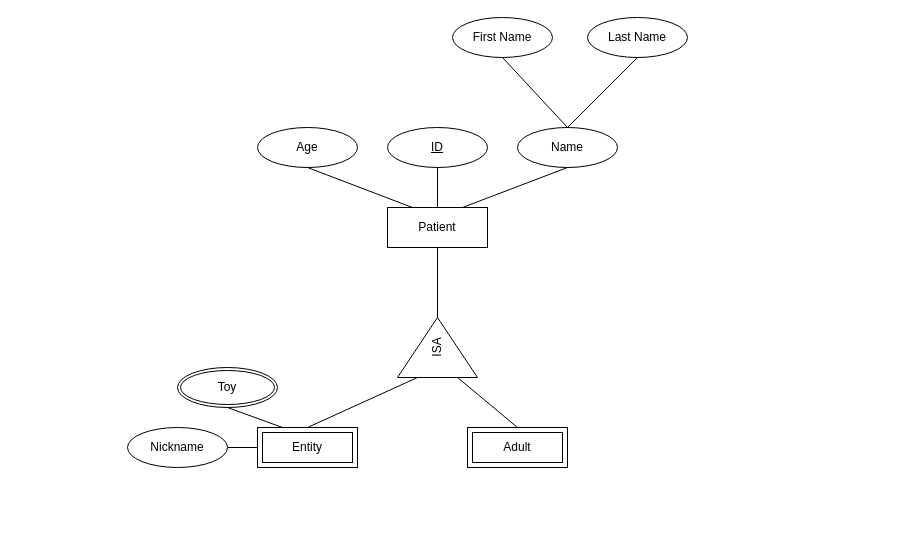
karma-riuk/DM_Assignments keeps this draw.io diagram as Untitled Diagram.drawio. Above is the earlier version. Source tidied: cells renumbered, new cells numbered last; positions are measured from the earlier drawing's top-left corner, leaving out a move shared by most shapes. Both pictures are drawn from the tidied source at 100%, with x=0, y=0 at pixel (127, 17).
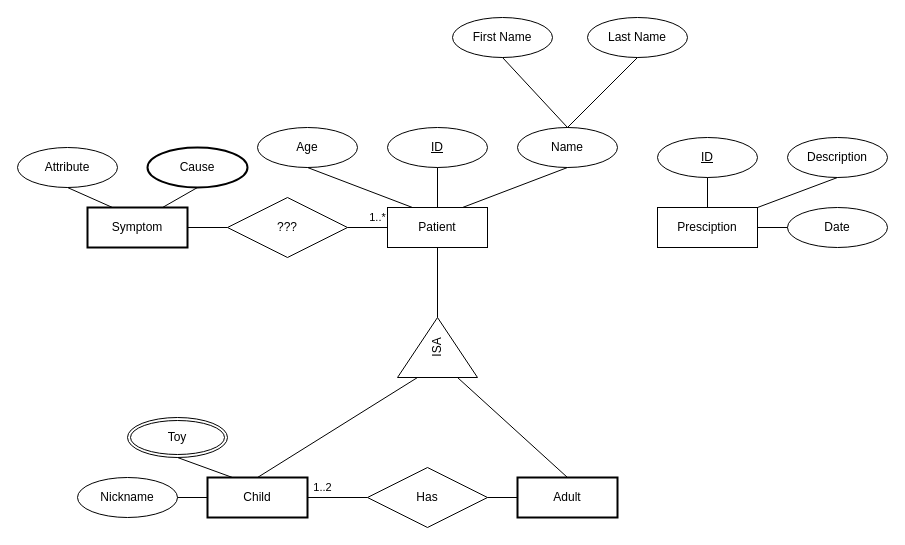
The same page after the edit.

Commit message:
Until 7 (included)

The change refers to these unchanged cells:
```xml
<mxCell id="2" value="Patient" style="whiteSpace=wrap;html=1;align=center;" parent="1" vertex="1">
  <mxGeometry x="260" y="190" width="100" height="40" as="geometry" />
</mxCell>
<mxCell id="13" value="ISA" style="triangle;whiteSpace=wrap;rotation=-90;horizontal=1;direction=east;flipV=0;flipH=0;verticalAlign=middle;html=1;labelPosition=center;verticalLabelPosition=middle;align=center;" parent="1" vertex="1">
  <mxGeometry x="280" y="290" width="60" height="80" as="geometry" />
</mxCell>
```

The edit, as a diff of the source:
```diff
@@
-    <mxCell id="16" value="Adult" style="shape=ext;margin=3;double=1;whiteSpace=wrap;html=1;align=center;" parent="1" vertex="1">
-      <mxGeometry x="340" y="410" width="100" height="40" as="geometry" />
+    <mxCell id="16" value="Adult" style="shape=ext;margin=3;double=0;whiteSpace=wrap;html=1;align=center;strokeWidth=2;" parent="1" vertex="1">
+      <mxGeometry x="390" y="460" width="100" height="40" as="geometry" />
     </mxCell>
-    <mxCell id="17" value="Entity" style="shape=ext;margin=3;double=1;whiteSpace=wrap;html=1;align=center;" parent="1" vertex="1">
-      <mxGeometry x="130" y="410" width="100" height="40" as="geometry" />
-    </mxCell>
-    <mxCell id="18" style="endArrow=none;html=1;rounded=0;entryX=0;entryY=0.25;entryDx=0;entryDy=0;exitX=0.5;exitY=0;exitDx=0;exitDy=0;" parent="1" edge="1" source="17" target="13">
+    <mxCell id="18" style="endArrow=none;html=1;rounded=0;entryX=0;entryY=0.25;entryDx=0;entryDy=0;exitX=0.5;exitY=0;exitDx=0;exitDy=0;" parent="1" edge="1" source="26" target="13">
       <mxGeometry relative="1" as="geometry" />
     </mxCell>
     <mxCell id="19" value="Toy" style="ellipse;shape=doubleEllipse;margin=3;whiteSpace=wrap;html=1;align=center;" parent="1" vertex="1">
-      <mxGeometry x="50" y="350" width="100" height="40" as="geometry" />
+      <mxGeometry y="400" width="100" height="40" as="geometry" />
     </mxCell>
-    <mxCell id="20" style="endArrow=none;html=1;rounded=0;entryX=0.25;entryY=0;entryDx=0;entryDy=0;exitX=0.5;exitY=1;exitDx=0;exitDy=0;" parent="1" edge="1" source="19" target="17">
+    <mxCell id="20" style="endArrow=none;html=1;rounded=0;exitX=0.5;exitY=1;exitDx=0;exitDy=0;entryX=0.25;entryY=0;entryDx=0;entryDy=0;" parent="1" edge="1" source="19" target="26">
       <mxGeometry relative="1" as="geometry" />
     </mxCell>
     <mxCell id="21" value="Nickname" style="ellipse;whiteSpace=wrap;html=1;align=center;" parent="1" vertex="1">
-      <mxGeometry y="410" width="100" height="40" as="geometry" />
+      <mxGeometry x="-50" y="460" width="100" height="40" as="geometry" />
     </mxCell>
-    <mxCell id="22" style="endArrow=none;html=1;rounded=0;entryX=0;entryY=0.5;entryDx=0;entryDy=0;exitX=1;exitY=0.5;exitDx=0;exitDy=0;" parent="1" edge="1" source="21" target="17">
+    <mxCell id="22" style="endArrow=none;html=1;rounded=0;exitX=1;exitY=0.5;exitDx=0;exitDy=0;entryX=0;entryY=0.5;entryDx=0;entryDy=0;" parent="1" edge="1" source="21" target="26">
       <mxGeometry relative="1" as="geometry" />
     </mxCell>
+    <mxCell id="23" value="Has" style="shape=rhombus;perimeter=rhombusPerimeter;whiteSpace=wrap;html=1;align=center;" parent="1" vertex="1">
+      <mxGeometry x="240" y="450" width="120" height="60" as="geometry" />
+    </mxCell>
+    <mxCell id="24" value="1..2" style="endArrow=none;html=1;rounded=0;entryX=0;entryY=0.5;entryDx=0;entryDy=0;exitX=1;exitY=0.5;exitDx=0;exitDy=0;" parent="1" edge="1" source="26" target="23">
+      <mxGeometry x="-0.5" y="10" relative="1" as="geometry" />
+    </mxCell>
+    <mxCell id="25" style="endArrow=none;html=1;rounded=0;entryX=0;entryY=0.5;entryDx=0;entryDy=0;exitX=1;exitY=0.5;exitDx=0;exitDy=0;strokeWidth=1;" parent="1" edge="1" source="23" target="16">
+      <mxGeometry relative="1" as="geometry" />
+    </mxCell>
+    <mxCell id="26" value="Child" style="shape=ext;margin=3;double=0;whiteSpace=wrap;html=1;align=center;strokeWidth=2;" parent="1" vertex="1">
+      <mxGeometry x="80" y="460" width="100" height="40" as="geometry" />
+    </mxCell>
+    <mxCell id="27" value="Symptom" style="shape=ext;margin=3;double=0;whiteSpace=wrap;html=1;align=center;strokeWidth=2;" parent="1" vertex="1">
+      <mxGeometry x="-40" y="190" width="100" height="40" as="geometry" />
+    </mxCell>
+    <mxCell id="28" value="???" style="shape=rhombus;perimeter=rhombusPerimeter;whiteSpace=wrap;html=1;align=center;strokeWidth=1;" parent="1" vertex="1">
+      <mxGeometry x="100" y="180" width="120" height="60" as="geometry" />
+    </mxCell>
+    <mxCell id="29" style="endArrow=none;html=1;rounded=0;strokeWidth=1;exitX=1;exitY=0.5;exitDx=0;exitDy=0;entryX=0;entryY=0.5;entryDx=0;entryDy=0;" parent="1" edge="1" source="27" target="28">
+      <mxGeometry relative="1" as="geometry" />
+    </mxCell>
+    <mxCell id="30" value="1..*" style="endArrow=none;html=1;rounded=0;strokeWidth=1;exitX=1;exitY=0.5;exitDx=0;exitDy=0;" parent="1" edge="1" source="28" target="2">
+      <mxGeometry x="0.5" y="10" relative="1" as="geometry" />
+    </mxCell>
+    <mxCell id="31" value="Cause" style="ellipse;whiteSpace=wrap;html=1;align=center;strokeWidth=2;perimeterSpacing=0;" parent="1" vertex="1">
+      <mxGeometry x="20" y="130" width="100" height="40" as="geometry" />
+    </mxCell>
+    <mxCell id="32" value="Attribute" style="ellipse;whiteSpace=wrap;html=1;align=center;strokeWidth=1;" parent="1" vertex="1">
+      <mxGeometry x="-110" y="130" width="100" height="40" as="geometry" />
+    </mxCell>
+    <mxCell id="33" style="endArrow=none;html=1;rounded=0;strokeWidth=1;exitX=0.5;exitY=1;exitDx=0;exitDy=0;entryX=0.25;entryY=0;entryDx=0;entryDy=0;" parent="1" edge="1" source="32" target="27">
+      <mxGeometry relative="1" as="geometry" />
+    </mxCell>
+    <mxCell id="34" style="endArrow=none;html=1;rounded=0;strokeWidth=1;exitX=0.75;exitY=0;exitDx=0;exitDy=0;entryX=0.5;entryY=1;entryDx=0;entryDy=0;" parent="1" edge="1" source="27" target="31">
+      <mxGeometry relative="1" as="geometry" />
+    </mxCell>
+    <mxCell id="35" value="Presciption" style="whiteSpace=wrap;html=1;align=center;strokeWidth=1;" parent="1" vertex="1">
+      <mxGeometry x="530" y="190" width="100" height="40" as="geometry" />
+    </mxCell>
+    <mxCell id="36" value="ID" style="ellipse;whiteSpace=wrap;html=1;align=center;fontStyle=4;strokeWidth=1;" parent="1" vertex="1">
+      <mxGeometry x="530" y="120" width="100" height="40" as="geometry" />
+    </mxCell>
+    <mxCell id="37" value="Date" style="ellipse;whiteSpace=wrap;html=1;align=center;strokeWidth=1;" parent="1" vertex="1">
+      <mxGeometry x="660" y="190" width="100" height="40" as="geometry" />
+    </mxCell>
+    <mxCell id="38" value="Description" style="ellipse;whiteSpace=wrap;html=1;align=center;strokeWidth=1;" parent="1" vertex="1">
+      <mxGeometry x="660" y="120" width="100" height="40" as="geometry" />
+    </mxCell>
+    <mxCell id="39" style="endArrow=none;html=1;rounded=0;strokeWidth=1;entryX=0.5;entryY=1;entryDx=0;entryDy=0;" parent="1" edge="1" source="35" target="36">
+      <mxGeometry relative="1" as="geometry" />
+    </mxCell>
+    <mxCell id="40" style="endArrow=none;html=1;rounded=0;strokeWidth=1;entryX=0.5;entryY=1;entryDx=0;entryDy=0;exitX=1;exitY=0;exitDx=0;exitDy=0;" parent="1" edge="1" source="35" target="38">
+      <mxGeometry relative="1" as="geometry" />
+    </mxCell>
+    <mxCell id="41" style="endArrow=none;html=1;rounded=0;strokeWidth=1;entryX=0;entryY=0.5;entryDx=0;entryDy=0;exitX=1;exitY=0.5;exitDx=0;exitDy=0;" parent="1" edge="1" source="35" target="37">
+      <mxGeometry relative="1" as="geometry" />
+    </mxCell>
```
